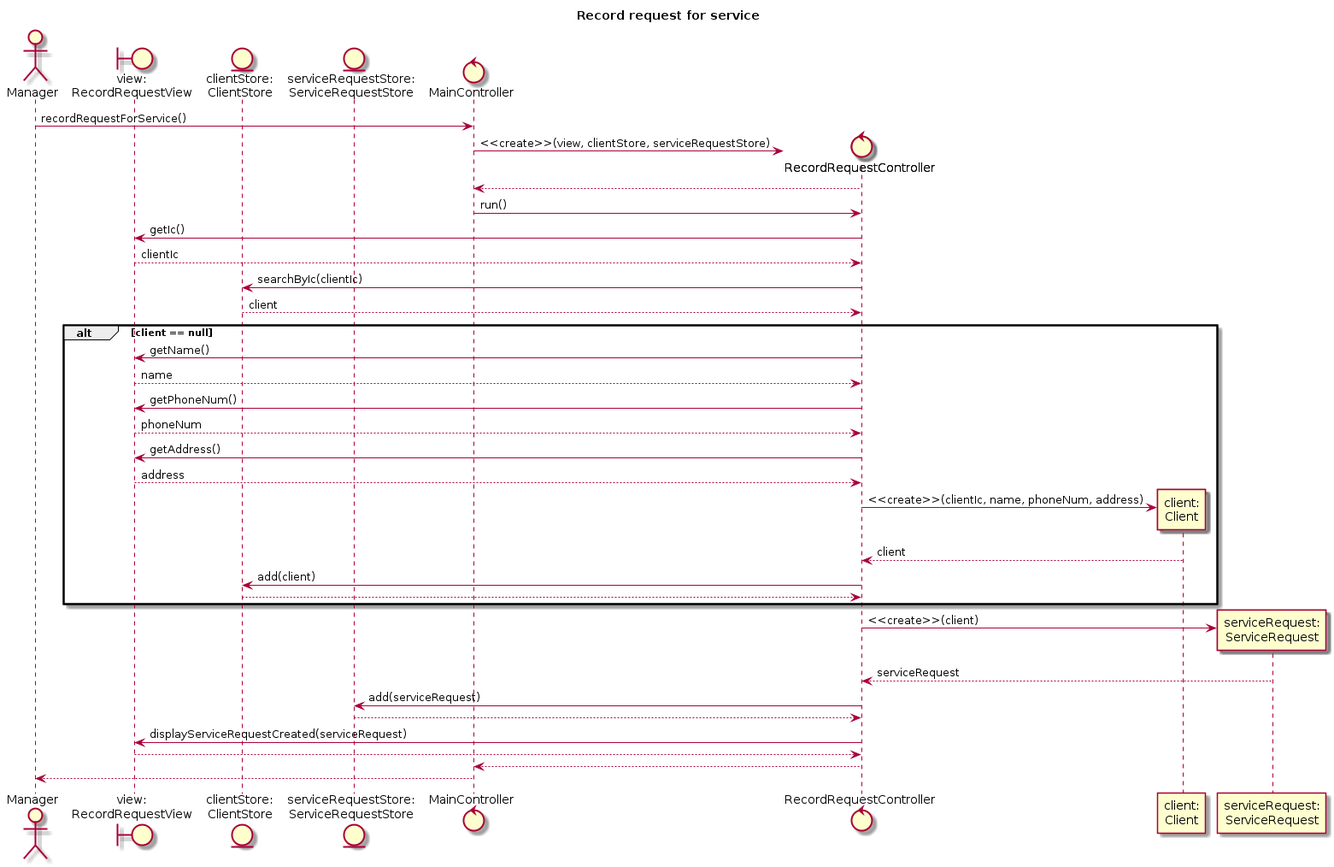
Earlier version of the PlantUML export sequence-diagrams/recordRequestForService.png (wongjiahau/software-design-assignment).
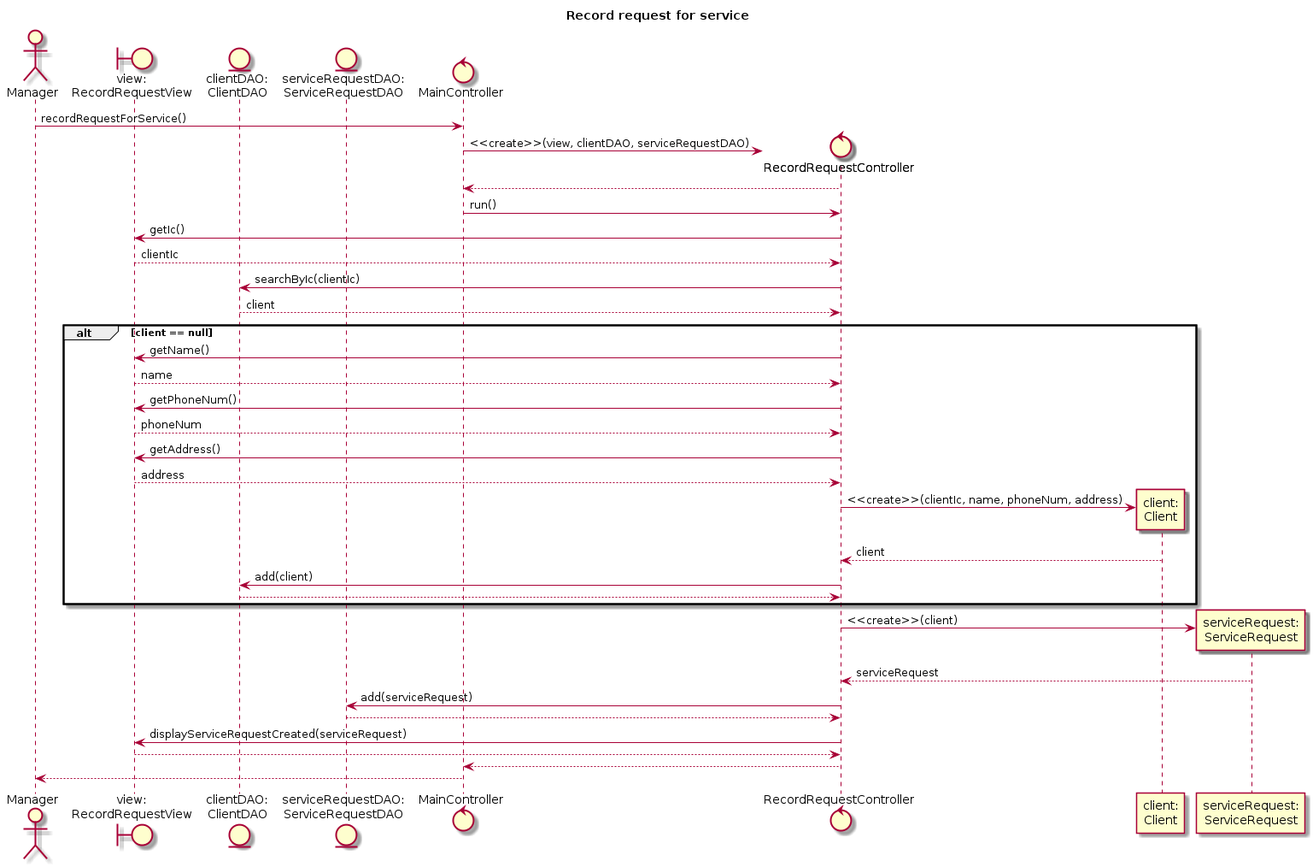
After the change.

Change to the diagram source:
```diff
@@ -2,19 +2,19 @@
 title Record request for service
 actor Manager
 boundary "view:\nRecordRequestView" as view
-entity "clientStore:\nClientStore" as clientStore
-entity "serviceRequestStore:\nServiceRequestStore" as serviceRequestStore
+entity "clientDAO:\nClientDAO" as clientDAO
+entity "serviceRequestDAO:\nServiceRequestDAO" as serviceRequestDAO
 control MainController
 
 Manager -> MainController : recordRequestForService()
 create control RecordRequestController
-MainController -> RecordRequestController : <<create>>(view, clientStore, serviceRequestStore)
+MainController -> RecordRequestController : <<create>>(view, clientDAO, serviceRequestDAO)
 RecordRequestController --> MainController
 MainController -> RecordRequestController : run()
 RecordRequestController -> view : getIc()
 view --> RecordRequestController : clientIc
-RecordRequestController -> clientStore : searchByIc(clientIc)
-clientStore --> RecordRequestController : client
+RecordRequestController -> clientDAO : searchByIc(clientIc)
+clientDAO --> RecordRequestController : client
 alt client == null
     RecordRequestController -> view : getName()
     view --> RecordRequestController : name
@@ -25,14 +25,14 @@
     create "client:\nClient" as client
     RecordRequestController -> client : <<create>>(clientIc, name, phoneNum, address)
     client --> RecordRequestController : client
-    RecordRequestController -> clientStore : add(client)
-    clientStore --> RecordRequestController
+    RecordRequestController -> clientDAO : add(client)
+    clientDAO --> RecordRequestController
 end
 create "serviceRequest:\nServiceRequest" as serviceRequest
 RecordRequestController -> serviceRequest : <<create>>(client)
 serviceRequest --> RecordRequestController : serviceRequest
-RecordRequestController -> serviceRequestStore : add(serviceRequest)
-serviceRequestStore --> RecordRequestController
+RecordRequestController -> serviceRequestDAO : add(serviceRequest)
+serviceRequestDAO --> RecordRequestController
 RecordRequestController -> view : displayServiceRequestCreated(serviceRequest)
 view --> RecordRequestController
 RecordRequestController --> MainController
```
